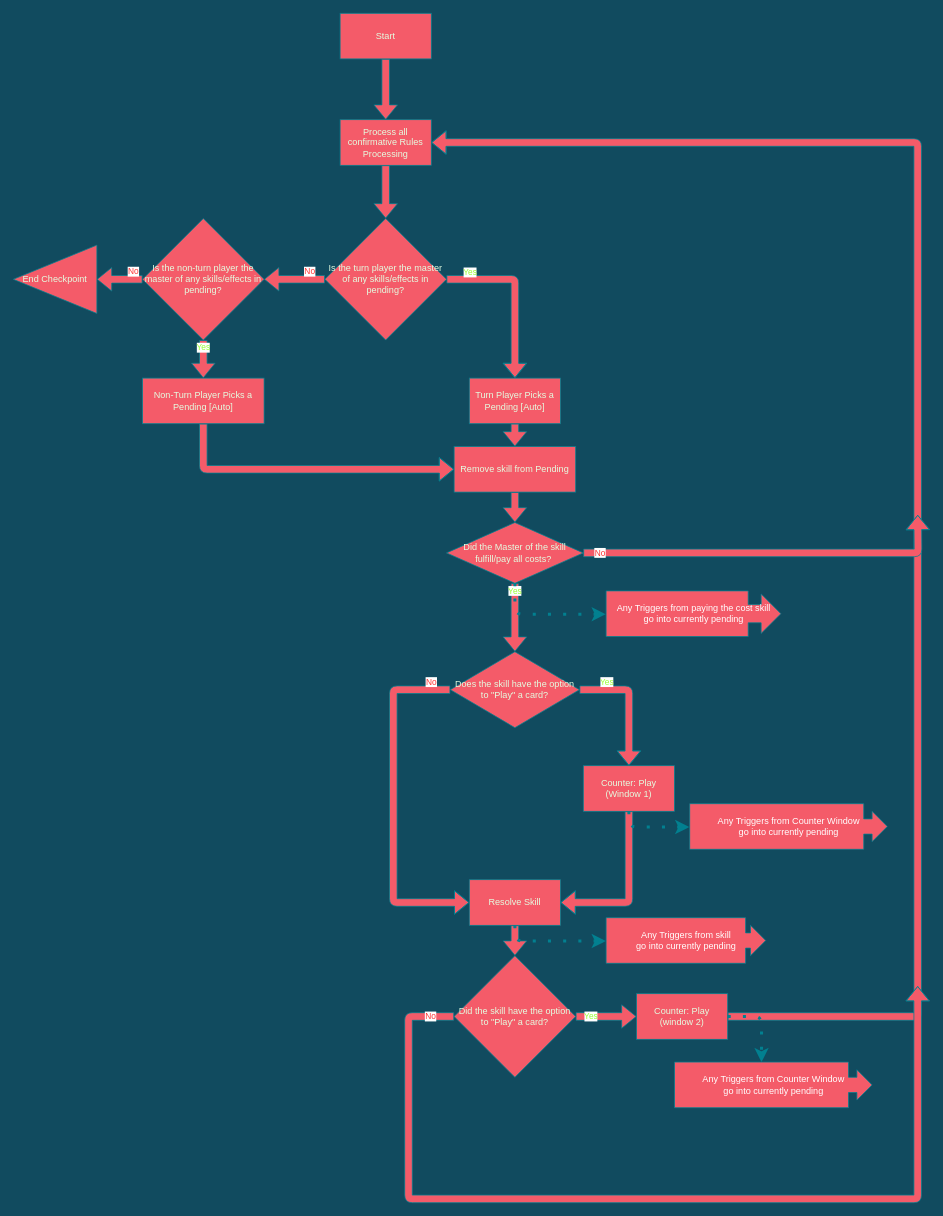
The draw.io diagram page "Checkpoint-Detailed-TurnPlayer" (5 of 10) of diagrams/timing.drawio in Slamerz/Dragon-Ball-Super-Rulings, before the edit. Source tidied: cells renumbered, new cells numbered last; positions are measured from the earlier drawing's top-left corner, leaving out a move shared by most shapes. Both pictures are drawn from the tidied source at 76%, with x=0, y=0 at pixel (13, 13).
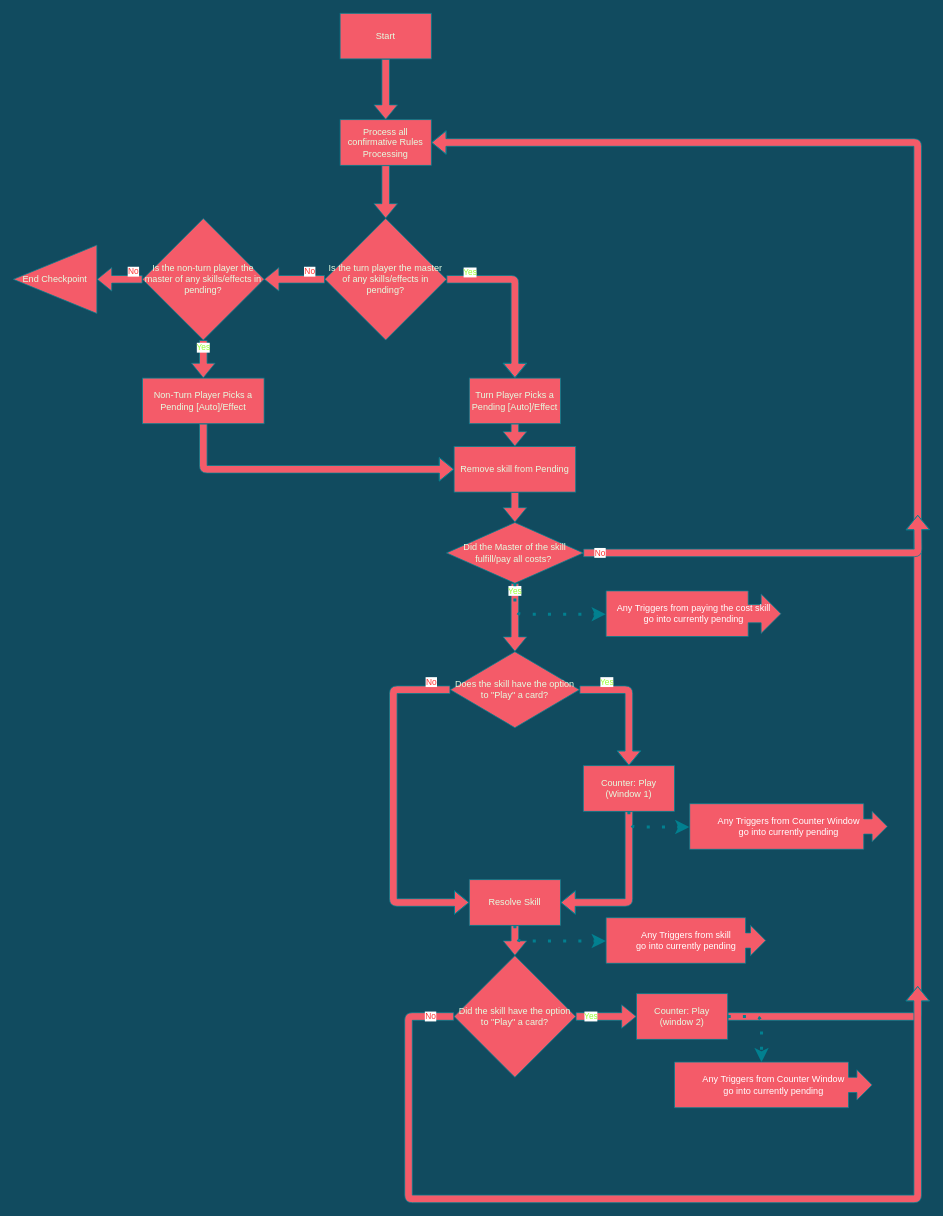
After the change.

Change to the diagram source:
```diff
@@
-    <mxCell id="12" value="Turn Player Picks a Pending [Auto]" style="whiteSpace=wrap;html=1;rounded=0;fontColor=#E4FDE1;strokeColor=#028090;fillColor=#F45B69;sketch=0;" parent="1" vertex="1">
+    <mxCell id="12" value="Turn Player Picks a Pending [Auto]/Effect" style="whiteSpace=wrap;html=1;rounded=0;fontColor=#E4FDE1;strokeColor=#028090;fillColor=#F45B69;sketch=0;" parent="1" vertex="1">
       <mxGeometry x="600" y="480" width="120" height="60" as="geometry" />
     </mxCell>
@@
-    <mxCell id="37" value="Non-Turn Player Picks a Pending [Auto]" style="whiteSpace=wrap;html=1;rounded=0;fontColor=#E4FDE1;strokeColor=#028090;fillColor=#F45B69;sketch=0;" parent="1" vertex="1">
+    <mxCell id="37" value="Non-Turn Player Picks a Pending [Auto]/Effect" style="whiteSpace=wrap;html=1;rounded=0;fontColor=#E4FDE1;strokeColor=#028090;fillColor=#F45B69;sketch=0;" parent="1" vertex="1">
       <mxGeometry x="170" y="480" width="160" height="60" as="geometry" />
     </mxCell>
```
